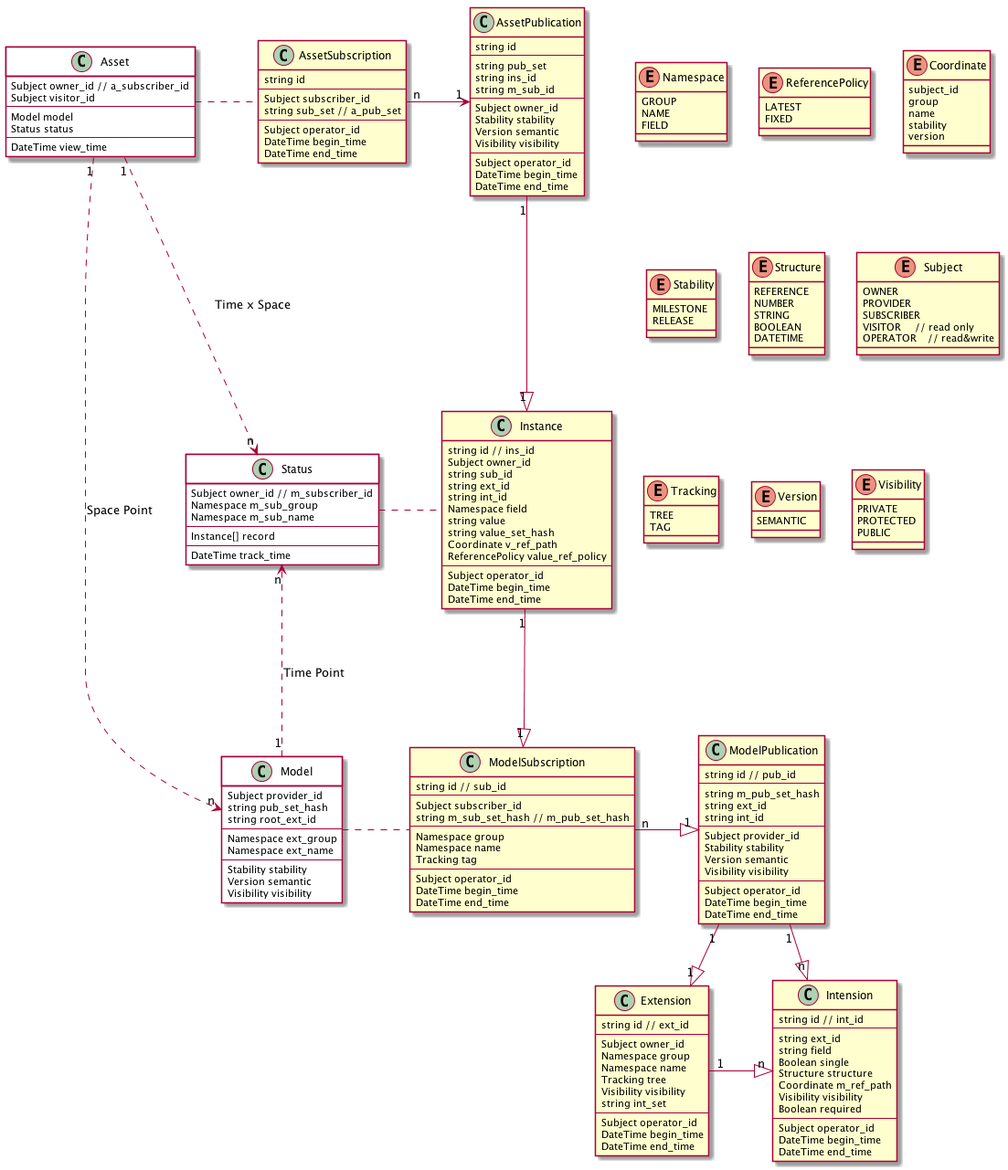
The PlantUML diagram kiimate.png in SINeWang/kiimate, before a commit.
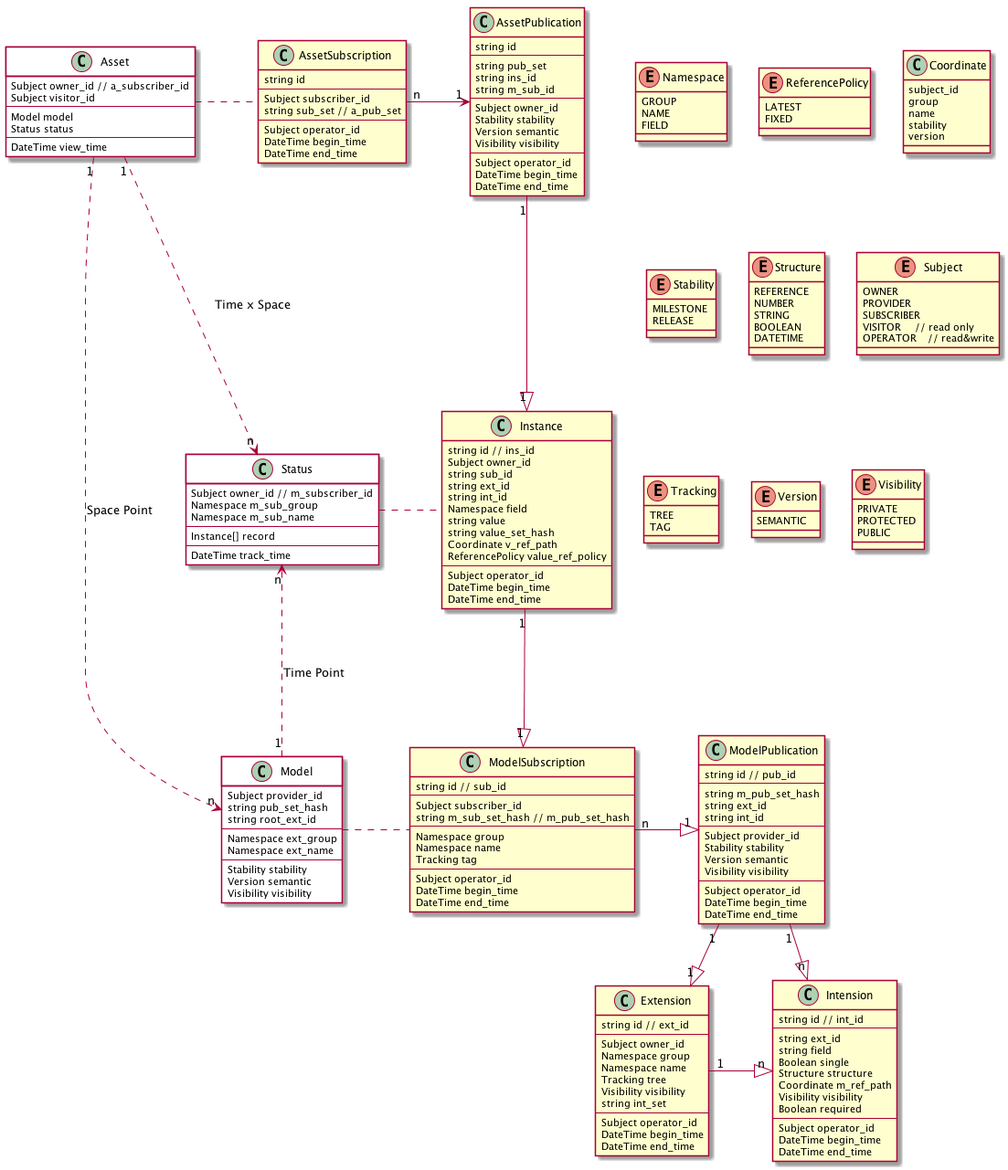
After the change.

Commit message:
update concept model

Change to the diagram source:
```diff
@@ -184,7 +184,7 @@
     LATEST
     FIXED
 }
-enum Coordinate {
+class Coordinate {
     subject_id
     group
     name
```
